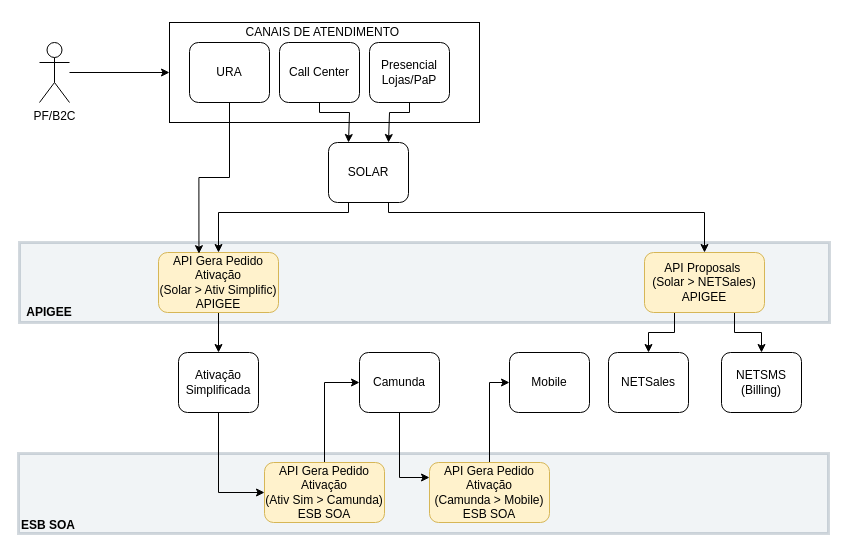
Earlier version of the draw.io diagram page "Venda Prospect PF - Resid e Móvel - Call Center Rec" (1 of 6) of 100574 - Nova forma de comercializar produto (Preço Anual).drawio (samirali/ClaroBrasil). Source tidied: cells renumbered, new cells numbered last; positions are measured from the earlier drawing's top-left corner, leaving out a move shared by most shapes. Both pictures are drawn from the tidied source at 100%, with x=0, y=0 at pixel (18, 17).
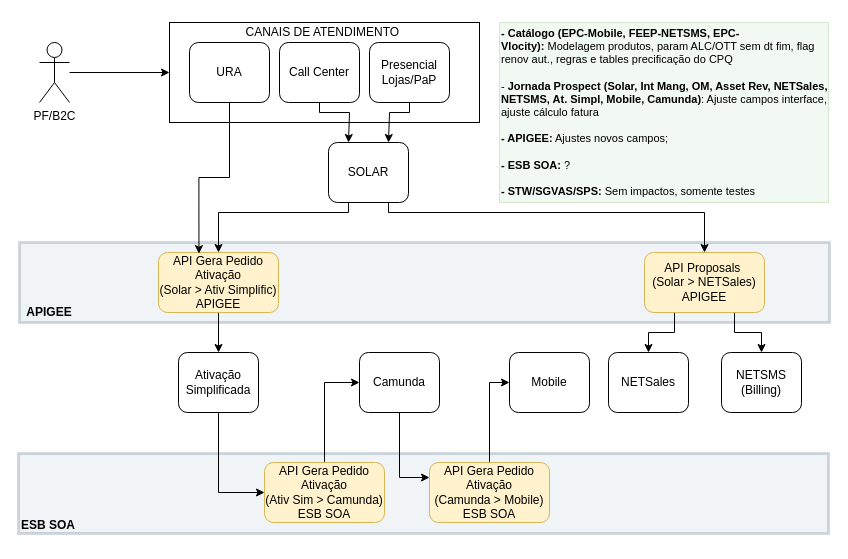
The same diagram, later.

What changed in the source:
```diff
@@
+    <mxCell id="35" value="&lt;b style=&quot;font-size: 11px;&quot;&gt;- Catálogo (EPC-Mobile, FEEP-NETSMS, EPC-Vlocity):&lt;/b&gt;&amp;nbsp;&lt;span style=&quot;background-color: initial; font-size: 11px;&quot;&gt;Modelagem produtos, param ALC/OTT sem dt fim, flag renov aut.,&amp;nbsp;&lt;/span&gt;&lt;span style=&quot;background-color: initial; font-size: 11px;&quot;&gt;regras e tables precificação do CPQ&lt;/span&gt;&lt;div&gt;&lt;br&gt;&lt;div style=&quot;font-size: 11px;&quot;&gt;- &lt;b style=&quot;font-size: 11px;&quot;&gt;Jornada Prospect (&lt;/b&gt;&lt;b&gt;Solar, Int Mang, OM, Asset Rev, NETSales, NETSMS, At. Simpl, Mobile, Camunda&lt;/b&gt;&lt;b style=&quot;font-size: 11px;&quot;&gt;)&lt;/b&gt;: Ajuste campos interface, ajuste cálculo fatura&lt;/div&gt;&lt;/div&gt;&lt;div style=&quot;font-size: 11px;&quot;&gt;&lt;br&gt;&lt;/div&gt;&lt;div style=&quot;font-size: 11px;&quot;&gt;&lt;b&gt;- APIGEE:&lt;/b&gt; Ajustes novos campos&lt;span style=&quot;background-color: initial;&quot;&gt;;&lt;/span&gt;&lt;/div&gt;&lt;div style=&quot;font-size: 11px;&quot;&gt;&lt;span style=&quot;background-color: initial;&quot;&gt;&amp;nbsp;&lt;/span&gt;&lt;/div&gt;&lt;div style=&quot;font-size: 11px;&quot;&gt;&lt;b&gt;- ESB SOA:&lt;/b&gt; ?&lt;/div&gt;&lt;div style=&quot;font-size: 11px;&quot;&gt;&lt;br&gt;&lt;/div&gt;&lt;div style=&quot;font-size: 11px;&quot;&gt;&lt;b&gt;- STW/SGVAS/SPS:&lt;/b&gt; Sem impactos, somente testes&lt;/div&gt;" style="text;html=1;align=left;verticalAlign=middle;whiteSpace=wrap;rounded=0;fontSize=11;fillColor=#d5e8d4;strokeColor=#82b366;opacity=30;" parent="1" vertex="1">
+      <mxGeometry x="481" y="5" width="329" height="180" as="geometry" />
+    </mxCell>
```
